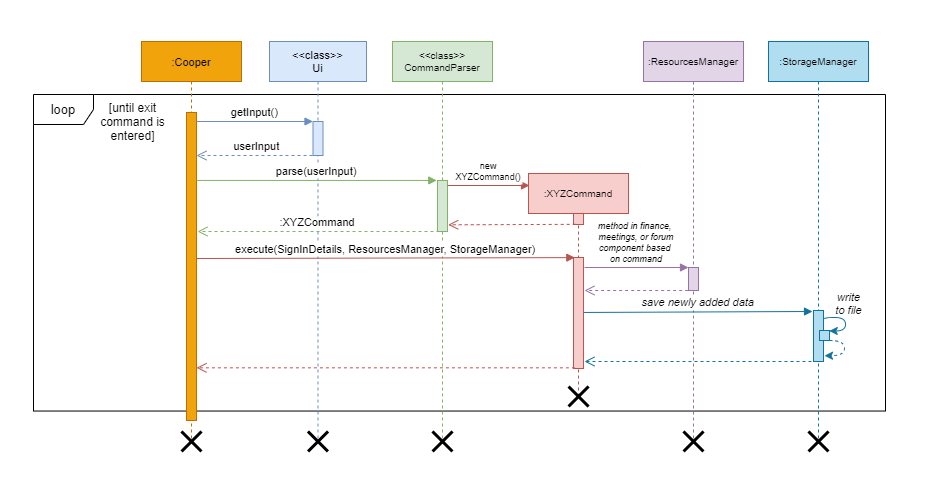
The draw.io diagram docs/developerGuideDiagrams/commandSequenceDiagram.png in theeugenechong/tp, before a commit. Source tidied: cells renumbered, new cells last; positions are measured from the earlier drawing's top-left corner, leaving out a move shared by most shapes.
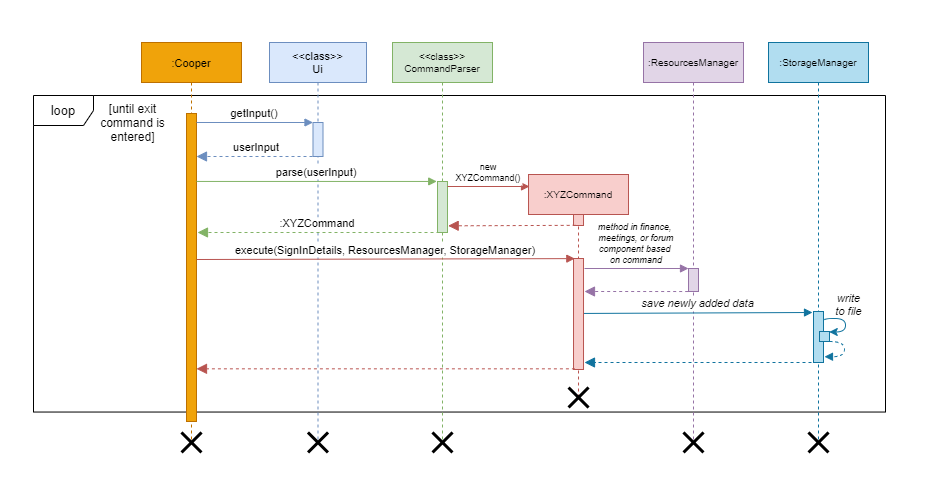
After the change.

What changed in the source:
```diff
@@ -26,7 +26,7 @@
     <mxCell id="9" style="shape=umlDestroy;whiteSpace=wrap;html=1;strokeWidth=3;fontFamily=Helvetica;" parent="7" vertex="1">
       <mxGeometry x="38.5" y="390" width="20" height="20" as="geometry" />
     </mxCell>
-    <mxCell id="10" value="userInput" style="verticalAlign=bottom;endArrow=open;dashed=1;endSize=8;shadow=0;strokeWidth=1;fontFamily=Helvetica;fontSize=11;fillColor=#dae8fc;strokeColor=#6c8ebf;" parent="1" edge="1">
+    <mxCell id="10" value="userInput" style="verticalAlign=bottom;endArrow=block;dashed=1;endSize=8;shadow=0;strokeWidth=1;fontFamily=Helvetica;fontSize=11;fillColor=#dae8fc;strokeColor=#6c8ebf;endFill=1;" parent="1" edge="1">
       <mxGeometry x="0.01" relative="1" as="geometry">
         <mxPoint x="318" y="156" as="sourcePoint" />
         <mxPoint x="196" y="156" as="targetPoint" />
@@ -68,10 +68,10 @@
     <mxCell id="21" value="&lt;font style=&quot;font-size: 12px&quot;&gt;[until exit&lt;br&gt;command is&lt;br&gt;entered]&lt;/font&gt;" style="text;html=1;align=center;verticalAlign=middle;strokeColor=none;fillColor=none;rounded=0;hachureGap=4;fontFamily=Helvetica;fontSize=9;" parent="1" vertex="1">
       <mxGeometry x="94" y="102.2" width="75" height="40" as="geometry" />
     </mxCell>
-    <mxCell id="22" style="verticalAlign=bottom;endArrow=open;dashed=1;endSize=8;shadow=0;strokeWidth=1;fontFamily=Helvetica;fontSize=11;fillColor=#f8cecc;strokeColor=#b85450;exitX=0.217;exitY=0.985;exitDx=0;exitDy=0;exitPerimeter=0;entryX=1.067;entryY=0.869;entryDx=0;entryDy=0;entryPerimeter=0;" parent="1" edge="1" source="17" target="13">
+    <mxCell id="22" style="verticalAlign=bottom;endArrow=block;dashed=1;endSize=8;shadow=0;strokeWidth=1;fontFamily=Helvetica;fontSize=11;fillColor=#f8cecc;strokeColor=#b85450;exitX=0.217;exitY=0.985;exitDx=0;exitDy=0;exitPerimeter=0;entryX=1.067;entryY=0.869;entryDx=0;entryDy=0;entryPerimeter=0;endFill=1;" parent="1" edge="1" source="17" target="13">
       <mxGeometry x="0.01" relative="1" as="geometry" />
     </mxCell>
-    <mxCell id="23" value=":XYZCommand" style="verticalAlign=bottom;endArrow=open;dashed=1;endSize=8;shadow=0;strokeWidth=1;fontFamily=Helvetica;fontSize=11;fillColor=#d5e8d4;strokeColor=#82b366;exitX=0.2;exitY=1;exitDx=0;exitDy=0;exitPerimeter=0;" parent="1" edge="1" source="13">
+    <mxCell id="23" value=":XYZCommand" style="verticalAlign=bottom;endArrow=block;dashed=1;endSize=8;shadow=0;strokeWidth=1;fontFamily=Helvetica;fontSize=11;fillColor=#d5e8d4;strokeColor=#82b366;exitX=0.2;exitY=1;exitDx=0;exitDy=0;exitPerimeter=0;endFill=1;" parent="1" edge="1" source="13">
       <mxGeometry x="0.01" relative="1" as="geometry">
         <mxPoint x="197" y="232" as="targetPoint" />
       </mxGeometry>
@@ -96,13 +96,13 @@
         <mxPoint x="688" y="268" as="targetPoint" />
       </mxGeometry>
     </mxCell>
-    <mxCell id="29" style="verticalAlign=bottom;endArrow=open;dashed=1;endSize=8;shadow=0;strokeWidth=1;fontFamily=Helvetica;fontSize=11;fillColor=#e1d5e7;strokeColor=#9673a6;exitX=0.217;exitY=0.985;exitDx=0;exitDy=0;exitPerimeter=0;" parent="1" edge="1">
+    <mxCell id="29" style="verticalAlign=bottom;endArrow=block;dashed=1;endSize=8;shadow=0;strokeWidth=1;fontFamily=Helvetica;fontSize=11;fillColor=#e1d5e7;strokeColor=#9673a6;exitX=0.217;exitY=0.985;exitDx=0;exitDy=0;exitPerimeter=0;endFill=1;" parent="1" edge="1">
       <mxGeometry x="0.01" relative="1" as="geometry">
         <mxPoint x="687.7" y="291" as="sourcePoint" />
         <mxPoint x="584" y="291" as="targetPoint" />
       </mxGeometry>
     </mxCell>
-    <mxCell id="30" style="verticalAlign=bottom;endArrow=open;dashed=1;endSize=8;shadow=0;strokeWidth=1;fontFamily=Helvetica;fontSize=11;fillColor=#f8cecc;strokeColor=#b85450;exitX=0.14;exitY=0.994;exitDx=0;exitDy=0;exitPerimeter=0;" parent="1" edge="1" source="18" target="5">
+    <mxCell id="30" style="verticalAlign=bottom;endArrow=block;dashed=1;endSize=8;shadow=0;strokeWidth=1;fontFamily=Helvetica;fontSize=11;fillColor=#f8cecc;strokeColor=#b85450;exitX=0.14;exitY=0.994;exitDx=0;exitDy=0;exitPerimeter=0;endFill=1;" parent="1" edge="1" source="18" target="5">
       <mxGeometry x="0.01" relative="1" as="geometry" />
     </mxCell>
     <mxCell id="31" value=":StorageManager" style="shape=umlLifeline;perimeter=lifelinePerimeter;rounded=0;shadow=0;strokeWidth=1;fontFamily=Helvetica;fontSize=10;fillColor=#b1ddf0;strokeColor=#10739e;" parent="1" vertex="1">
@@ -119,7 +119,7 @@
         <mxPoint x="812" y="312" as="targetPoint" />
       </mxGeometry>
     </mxCell>
-    <mxCell id="35" style="verticalAlign=bottom;endArrow=open;dashed=1;endSize=8;shadow=0;strokeWidth=1;fontFamily=Helvetica;fontSize=11;fillColor=#b1ddf0;strokeColor=#10739e;exitX=0.49;exitY=0.8;exitDx=0;exitDy=0;exitPerimeter=0;" parent="1" edge="1" source="31">
+    <mxCell id="35" style="verticalAlign=bottom;endArrow=block;dashed=1;endSize=8;shadow=0;strokeWidth=1;fontFamily=Helvetica;fontSize=11;fillColor=#b1ddf0;strokeColor=#10739e;exitX=0.49;exitY=0.8;exitDx=0;exitDy=0;exitPerimeter=0;endFill=1;" parent="1" edge="1" source="31">
       <mxGeometry x="0.01" relative="1" as="geometry">
         <mxPoint x="584" y="362" as="targetPoint" />
       </mxGeometry>
@@ -136,7 +136,7 @@
         </Array>
       </mxGeometry>
     </mxCell>
-    <mxCell id="38" style="curved=1;endArrow=classic;html=1;rounded=0;fontFamily=Helvetica;fontSize=10;edgeStyle=orthogonalEdgeStyle;exitX=0.976;exitY=1;exitDx=0;exitDy=0;exitPerimeter=0;entryX=1.1;entryY=0.887;entryDx=0;entryDy=0;entryPerimeter=0;dashed=1;fillColor=#b1ddf0;strokeColor=#10739e;" parent="1" edge="1" source="36" target="32">
+    <mxCell id="38" style="curved=1;endArrow=block;html=1;rounded=0;fontFamily=Helvetica;fontSize=10;edgeStyle=orthogonalEdgeStyle;exitX=0.976;exitY=1;exitDx=0;exitDy=0;exitPerimeter=0;entryX=1.1;entryY=0.887;entryDx=0;entryDy=0;entryPerimeter=0;dashed=1;fillColor=#b1ddf0;strokeColor=#10739e;endFill=1;" parent="1" edge="1" source="36" target="32">
       <mxGeometry relative="1" as="geometry">
         <Array as="points">
           <mxPoint x="844" y="341" />
```
